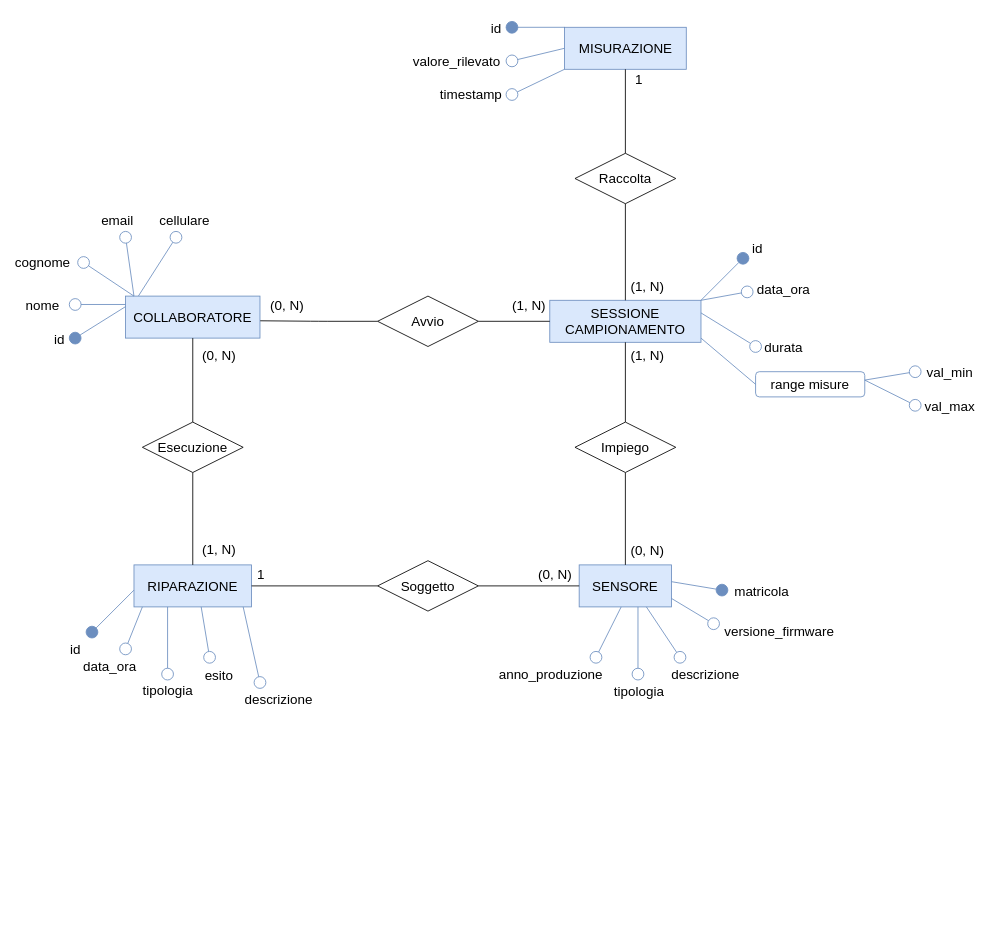
faffolao/ProgettoBD2022 keeps this draw.io diagram as page "Diag. Monitoraggio" (4 of 7) of diagramma-er.drawio. Above is the earlier version. Source tidied: cells renumbered, new cells numbered last; positions are measured from the earlier drawing's top-left corner, leaving out a move shared by most shapes. Both pictures are drawn from the tidied source at 84%, with x=0, y=0 at pixel (75, 27).
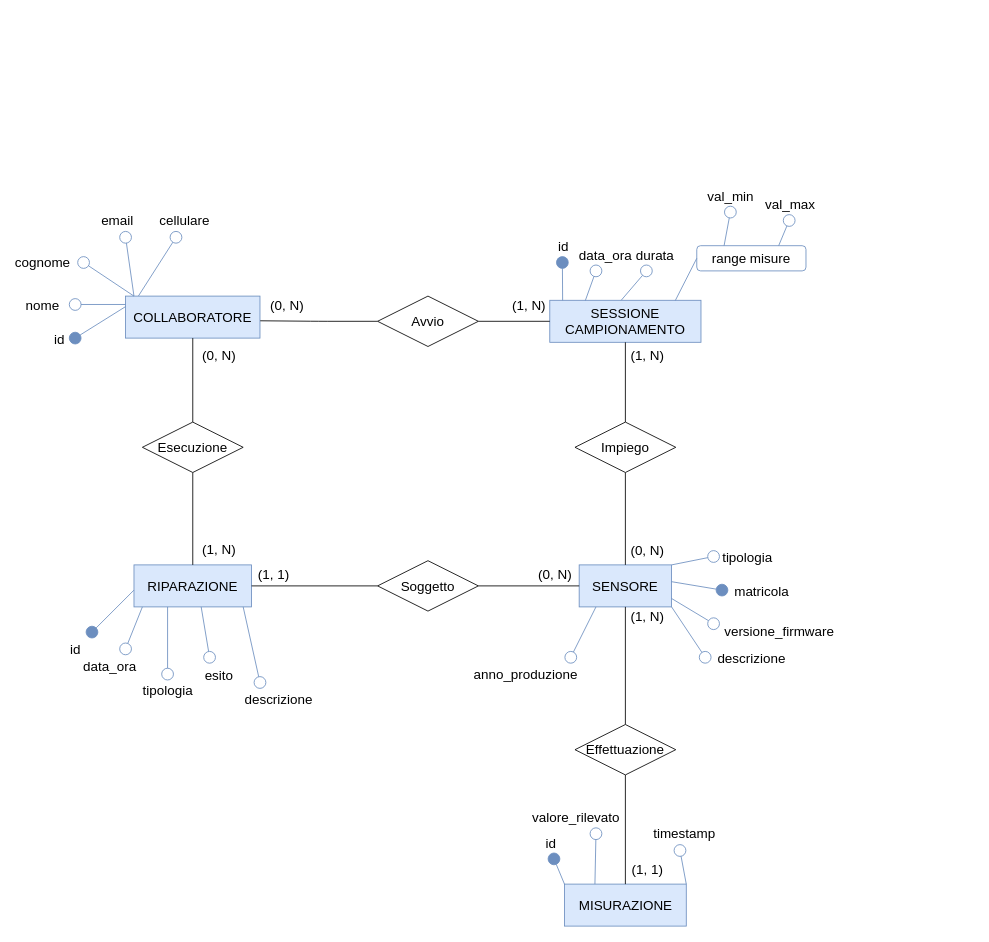
Above is the later version.

The change refers to these unchanged cells:
```xml
<mxCell id="29" value="SENSORE" style="whiteSpace=wrap;html=1;align=center;fontSize=16;fillColor=#dae8fc;strokeColor=#6c8ebf;" parent="1" vertex="1">
  <mxGeometry x="600" y="640" width="110" height="50" as="geometry" />
</mxCell>
<mxCell id="40" style="edgeStyle=orthogonalEdgeStyle;jettySize=auto;html=1;strokeColor=default;strokeWidth=1;fontSize=12;startArrow=none;startFill=0;endArrow=none;endFill=0;startSize=14;endSize=14;" parent="1" edge="1" source="42" target="13">
  <mxGeometry relative="1" as="geometry" />
</mxCell>
<mxCell id="43" value="SESSIONE CAMPIONAMENTO" style="whiteSpace=wrap;html=1;align=center;fontSize=16;fillColor=#dae8fc;strokeColor=#6c8ebf;" parent="1" vertex="1">
  <mxGeometry x="565" y="325" width="180" height="50" as="geometry" />
</mxCell>
```

What changed in the source:
```diff
@@
     <mxCell id="34" style="endArrow=none;html=1;strokeColor=#6c8ebf;strokeWidth=1;fontSize=12;startSize=14;endSize=14;startArrow=oval;startFill=0;fillColor=#dae8fc;" parent="1" edge="1">
       <mxGeometry relative="1" as="geometry">
-        <mxPoint x="720" y="750" as="sourcePoint" />
-        <mxPoint x="680" y="690" as="targetPoint" />
+        <mxPoint x="750" y="750" as="sourcePoint" />
+        <mxPoint x="710" y="690" as="targetPoint" />
       </mxGeometry>
     </mxCell>
     <mxCell id="35" value="descrizione" style="edgeLabel;html=1;align=center;verticalAlign=middle;fontSize=16;" parent="34" vertex="1">
       <mxGeometry x="0.44" y="-1" relative="1" as="geometry">
-        <mxPoint x="58" y="63" as="offset" />
+        <mxPoint x="83" y="44" as="offset" />
       </mxGeometry>
     </mxCell>
-    <mxCell id="36" style="endArrow=none;html=1;strokeColor=#6c8ebf;strokeWidth=1;fontSize=12;startSize=14;endSize=14;startArrow=oval;startFill=0;fillColor=#dae8fc;" parent="1" edge="1">
+    <mxCell id="36" style="endArrow=none;html=1;strokeColor=#6c8ebf;strokeWidth=1;fontSize=12;startSize=14;endSize=14;startArrow=oval;startFill=0;fillColor=#dae8fc;entryX=1;entryY=0;entryDx=0;entryDy=0;" parent="1" edge="1" target="29">
       <mxGeometry relative="1" as="geometry">
-        <mxPoint x="670" y="770" as="sourcePoint" />
-        <mxPoint x="670" y="690" as="targetPoint" />
+        <mxPoint x="760" y="630" as="sourcePoint" />
       </mxGeometry>
     </mxCell>
     <mxCell id="37" value="tipologia" style="edgeLabel;html=1;align=center;verticalAlign=middle;fontSize=16;" parent="36" vertex="1">
       <mxGeometry x="0.65" y="-2" relative="1" as="geometry">
-        <mxPoint x="-2" y="86" as="offset" />
+        <mxPoint x="81" y="-6" as="offset" />
       </mxGeometry>
     </mxCell>
@@
-    <mxCell id="41" value="1" style="edgeLabel;html=1;align=center;verticalAlign=middle;fontSize=16;" parent="40" vertex="1">
+    <mxCell id="41" value="(1, 1)" style="edgeLabel;html=1;align=center;verticalAlign=middle;fontSize=16;" parent="40" vertex="1">
       <mxGeometry x="0.37" y="1" relative="1" as="geometry">
-        <mxPoint x="-37" y="-16" as="offset" />
+        <mxPoint x="-22" y="-16" as="offset" />
       </mxGeometry>
     </mxCell>
@@
-    <mxCell id="49" style="endArrow=oval;html=1;strokeColor=#6c8ebf;strokeWidth=1;fontSize=12;startSize=14;endSize=14;startArrow=none;startFill=0;endFill=1;fillColor=#dae8fc;" parent="1" edge="1">
+    <mxCell id="49" style="endArrow=oval;html=1;strokeColor=#6c8ebf;strokeWidth=1;fontSize=12;startSize=14;endSize=14;startArrow=none;startFill=0;endFill=1;fillColor=#dae8fc;exitX=0.085;exitY=0.003;exitDx=0;exitDy=0;exitPerimeter=0;" parent="1" edge="1" source="43">
       <mxGeometry relative="1" as="geometry">
-        <mxPoint x="745" y="325" as="sourcePoint" />
-        <mxPoint x="795" y="275" as="targetPoint" />
+        <mxPoint x="580" y="280" as="targetPoint" />
       </mxGeometry>
     </mxCell>
     <mxCell id="50" value="id" style="edgeLabel;html=1;align=center;verticalAlign=middle;fontSize=16;" parent="49" vertex="1">
       <mxGeometry x="0.49" y="3" relative="1" as="geometry">
-        <mxPoint x="31" y="-23" as="offset" />
+        <mxPoint x="3" y="-31" as="offset" />
       </mxGeometry>
     </mxCell>
-    <mxCell id="51" style="endArrow=oval;html=1;strokeColor=#6c8ebf;strokeWidth=1;fontSize=12;startSize=14;endSize=14;endFill=0;fillColor=#dae8fc;" parent="1" edge="1">
+    <mxCell id="51" style="endArrow=oval;html=1;strokeColor=#6c8ebf;strokeWidth=1;fontSize=12;startSize=14;endSize=14;endFill=0;fillColor=#dae8fc;exitX=0.235;exitY=0.008;exitDx=0;exitDy=0;exitPerimeter=0;" parent="1" edge="1" source="43">
       <mxGeometry relative="1" as="geometry">
-        <mxPoint x="745" y="325" as="sourcePoint" />
-        <mxPoint x="800" y="315" as="targetPoint" />
+        <mxPoint x="620" y="290" as="targetPoint" />
       </mxGeometry>
     </mxCell>
     <mxCell id="52" value="data_ora" style="edgeLabel;html=1;align=center;verticalAlign=middle;fontSize=16;" parent="51" vertex="1">
       <mxGeometry x="0.55" relative="1" as="geometry">
-        <mxPoint x="55" y="-6" as="offset" />
+        <mxPoint x="13" y="-28" as="offset" />
       </mxGeometry>
     </mxCell>
     <mxCell id="53" style="endArrow=none;html=1;strokeColor=#6c8ebf;strokeWidth=1;fontSize=12;startSize=14;endSize=14;endFill=0;startArrow=oval;startFill=0;fillColor=#dae8fc;" parent="1" edge="1">
       <mxGeometry relative="1" as="geometry">
-        <mxPoint x="810" y="380" as="sourcePoint" />
-        <mxPoint x="745" y="340" as="targetPoint" />
+        <mxPoint x="680" y="290" as="sourcePoint" />
+        <mxPoint x="650" y="325" as="targetPoint" />
       </mxGeometry>
     </mxCell>
     <mxCell id="54" value="durata" style="edgeLabel;html=1;align=center;verticalAlign=middle;fontSize=16;" parent="53" vertex="1">
       <mxGeometry x="-0.3" y="-1" relative="1" as="geometry">
-        <mxPoint x="55" y="16" as="offset" />
+        <mxPoint x="21" y="-31" as="offset" />
       </mxGeometry>
     </mxCell>
     <mxCell id="55" value="range misure" style="rounded=1;whiteSpace=wrap;html=1;fontSize=16;fillColor=none;strokeColor=#6c8ebf;" parent="1" vertex="1">
-      <mxGeometry x="810" y="410" width="130" height="30" as="geometry" />
+      <mxGeometry x="740" y="260" width="130" height="30" as="geometry" />
     </mxCell>
-    <mxCell id="56" style="endArrow=none;html=1;strokeColor=#6c8ebf;strokeWidth=1;fontSize=12;startSize=14;endSize=14;exitX=0;exitY=0.5;exitDx=0;exitDy=0;fillColor=#dae8fc;" parent="1" edge="1" source="55">
-      <mxGeometry relative="1" as="geometry">
-        <mxPoint x="745" y="370" as="targetPoint" />
-      </mxGeometry>
+    <mxCell id="56" style="endArrow=none;html=1;strokeColor=#6c8ebf;strokeWidth=1;fontSize=12;startSize=14;endSize=14;exitX=0;exitY=0.5;exitDx=0;exitDy=0;fillColor=#dae8fc;entryX=0.83;entryY=0.007;entryDx=0;entryDy=0;entryPerimeter=0;" parent="1" edge="1" source="55" target="43">
+      <mxGeometry relative="1" as="geometry" />
     </mxCell>
-    <mxCell id="57" style="endArrow=oval;html=1;strokeColor=#6c8ebf;strokeWidth=1;fontSize=12;startSize=14;endSize=14;endFill=0;fillColor=#dae8fc;" parent="1" edge="1">
+    <mxCell id="57" style="endArrow=oval;html=1;strokeColor=#6c8ebf;strokeWidth=1;fontSize=12;startSize=14;endSize=14;endFill=0;fillColor=#dae8fc;exitX=0.25;exitY=0;exitDx=0;exitDy=0;" parent="1" edge="1" source="55">
       <mxGeometry relative="1" as="geometry">
-        <mxPoint x="940" y="420" as="sourcePoint" />
-        <mxPoint x="1000" y="410" as="targetPoint" />
+        <mxPoint x="780" y="220" as="targetPoint" />
       </mxGeometry>
     </mxCell>
     <mxCell id="58" value="val_min" style="edgeLabel;html=1;align=center;verticalAlign=middle;fontSize=16;" parent="57" vertex="1">
       <mxGeometry x="0.39" y="1" relative="1" as="geometry">
-        <mxPoint x="59" y="-2" as="offset" />
+        <mxPoint x="3" y="-32" as="offset" />
       </mxGeometry>
     </mxCell>
-    <mxCell id="59" style="endArrow=none;html=1;strokeColor=#6c8ebf;strokeWidth=1;fontSize=12;startSize=14;endSize=14;endFill=0;startArrow=oval;startFill=0;fillColor=#dae8fc;" parent="1" edge="1">
+    <mxCell id="59" style="endArrow=none;html=1;strokeColor=#6c8ebf;strokeWidth=1;fontSize=12;startSize=14;endSize=14;endFill=0;startArrow=oval;startFill=0;fillColor=#dae8fc;entryX=0.75;entryY=0;entryDx=0;entryDy=0;" parent="1" edge="1" target="55">
       <mxGeometry relative="1" as="geometry">
-        <mxPoint x="1000" y="450" as="sourcePoint" />
-        <mxPoint x="940" y="420" as="targetPoint" />
+        <mxPoint x="850" y="230" as="sourcePoint" />
       </mxGeometry>
     </mxCell>
     <mxCell id="60" value="val_max" style="edgeLabel;html=1;align=center;verticalAlign=middle;fontSize=16;" parent="59" vertex="1">
       <mxGeometry x="-0.39" relative="1" as="geometry">
-        <mxPoint x="58" y="9" as="offset" />
+        <mxPoint x="4" y="-29" as="offset" />
       </mxGeometry>
     </mxCell>
@@
     <mxCell id="66" value="MISURAZIONE" style="whiteSpace=wrap;html=1;align=center;fontSize=16;fillColor=#dae8fc;strokeColor=#6c8ebf;" parent="1" vertex="1">
-      <mxGeometry x="582.5" width="145" height="50" as="geometry" />
+      <mxGeometry x="582.5" y="1020" width="145" height="50" as="geometry" />
     </mxCell>
-    <mxCell id="67" style="endArrow=none;html=1;strokeColor=#6c8ebf;strokeWidth=1;fontSize=12;startSize=14;endSize=14;endFill=0;startArrow=oval;startFill=1;fillColor=#dae8fc;" parent="1" edge="1">
+    <mxCell id="67" style="endArrow=none;html=1;strokeColor=#6c8ebf;strokeWidth=1;fontSize=12;startSize=14;endSize=14;endFill=0;startArrow=oval;startFill=1;fillColor=#dae8fc;entryX=0;entryY=0;entryDx=0;entryDy=0;" parent="1" edge="1" target="66">
       <mxGeometry relative="1" as="geometry">
-        <mxPoint x="520" as="sourcePoint" />
-        <mxPoint x="582.5" as="targetPoint" />
+        <mxPoint x="570" y="990" as="sourcePoint" />
       </mxGeometry>
     </mxCell>
     <mxCell id="68" value="id" style="edgeLabel;html=1;align=center;verticalAlign=middle;fontSize=16;" parent="67" vertex="1">
       <mxGeometry x="0.4" y="-3" relative="1" as="geometry">
-        <mxPoint x="-64" y="-3" as="offset" />
+        <mxPoint x="-11" y="-42" as="offset" />
       </mxGeometry>
     </mxCell>
-    <mxCell id="69" style="endArrow=none;html=1;strokeColor=#6c8ebf;strokeWidth=1;fontSize=12;startSize=14;endSize=14;startArrow=oval;startFill=0;entryX=0;entryY=0.5;entryDx=0;entryDy=0;fillColor=#dae8fc;" parent="1" edge="1" target="66">
+    <mxCell id="69" style="endArrow=none;html=1;strokeColor=#6c8ebf;strokeWidth=1;fontSize=12;startSize=14;endSize=14;startArrow=oval;startFill=0;entryX=0.25;entryY=0;entryDx=0;entryDy=0;fillColor=#dae8fc;" parent="1" edge="1" target="66">
       <mxGeometry relative="1" as="geometry">
-        <mxPoint x="520" y="40" as="sourcePoint" />
+        <mxPoint x="620" y="960" as="sourcePoint" />
       </mxGeometry>
     </mxCell>
     <mxCell id="70" value="valore_rilevato" style="edgeLabel;html=1;align=center;verticalAlign=middle;fontSize=16;" parent="69" vertex="1">
       <mxGeometry x="0.55" relative="1" as="geometry">
-        <mxPoint x="-115" y="12" as="offset" />
+        <mxPoint x="-24" y="-66" as="offset" />
       </mxGeometry>
     </mxCell>
-    <mxCell id="71" style="endArrow=none;html=1;strokeColor=#6c8ebf;strokeWidth=1;fontSize=12;startSize=14;endSize=14;startArrow=oval;startFill=0;fillColor=#dae8fc;" parent="1" edge="1">
+    <mxCell id="71" style="endArrow=none;html=1;strokeColor=#6c8ebf;strokeWidth=1;fontSize=12;startSize=14;endSize=14;startArrow=oval;startFill=0;fillColor=#dae8fc;entryX=1;entryY=0;entryDx=0;entryDy=0;" parent="1" edge="1" target="66">
       <mxGeometry relative="1" as="geometry">
-        <mxPoint x="520" y="80" as="sourcePoint" />
-        <mxPoint x="582.5" y="50" as="targetPoint" />
+        <mxPoint x="720" y="980" as="sourcePoint" />
       </mxGeometry>
     </mxCell>
     <mxCell id="72" value="timestamp" style="edgeLabel;html=1;align=center;verticalAlign=middle;fontSize=16;" parent="71" vertex="1">
       <mxGeometry x="-0.44" y="-1" relative="1" as="geometry">
-        <mxPoint x="-67" y="7" as="offset" />
+        <mxPoint x="3" y="-31" as="offset" />
       </mxGeometry>
     </mxCell>
-    <mxCell id="73" style="edgeStyle=orthogonalEdgeStyle;jettySize=auto;html=1;strokeColor=default;strokeWidth=1;fontSize=12;startArrow=none;startFill=0;endArrow=none;endFill=0;startSize=14;endSize=14;" parent="1" edge="1" source="77" target="66">
-      <mxGeometry relative="1" as="geometry" />
-    </mxCell>
-    <mxCell id="74" value="1" style="edgeLabel;html=1;align=center;verticalAlign=middle;fontSize=16;" parent="73" vertex="1">
-      <mxGeometry x="0.77" y="2" relative="1" as="geometry">
-        <mxPoint x="17" as="offset" />
-      </mxGeometry>
-    </mxCell>
-    <mxCell id="75" style="edgeStyle=orthogonalEdgeStyle;jettySize=auto;html=1;strokeColor=default;strokeWidth=1;fontSize=12;startArrow=none;startFill=0;endArrow=none;endFill=0;startSize=14;endSize=14;" parent="1" edge="1" source="77" target="43">
-      <mxGeometry relative="1" as="geometry" />
-    </mxCell>
-    <mxCell id="76" value="(1, N)" style="edgeLabel;html=1;align=center;verticalAlign=middle;fontSize=16;" parent="75" vertex="1">
-      <mxGeometry x="0.71" y="-2" relative="1" as="geometry">
-        <mxPoint x="27" as="offset" />
-      </mxGeometry>
-    </mxCell>
-    <mxCell id="77" value="Raccolta" style="shape=rhombus;perimeter=rhombusPerimeter;whiteSpace=wrap;html=1;align=center;fontSize=16;fillColor=none;" parent="1" vertex="1">
-      <mxGeometry x="595" y="150" width="120" height="60" as="geometry" />
-    </mxCell>
     <mxCell id="78" style="endArrow=none;html=1;strokeColor=#6c8ebf;strokeWidth=1;fontSize=12;startSize=14;endSize=14;startArrow=oval;startFill=0;fillColor=#dae8fc;" parent="1" edge="1">
       <mxGeometry relative="1" as="geometry">
-        <mxPoint x="620" y="750" as="sourcePoint" />
-        <mxPoint x="650" y="690" as="targetPoint" />
+        <mxPoint x="590" y="750" as="sourcePoint" />
+        <mxPoint x="620" y="690" as="targetPoint" />
       </mxGeometry>
     </mxCell>
@@
+    <mxCell id="80" style="edgeStyle=orthogonalEdgeStyle;rounded=0;jettySize=auto;html=1;endArrow=none;endFill=0;" parent="1" edge="1" source="83" target="29">
+      <mxGeometry relative="1" as="geometry" />
+    </mxCell>
+    <mxCell id="76" value="(1, N)" style="edgeLabel;html=1;align=center;verticalAlign=middle;fontSize=16;" parent="80" vertex="1">
+      <mxGeometry x="0.86" y="-2" relative="1" as="geometry">
+        <mxPoint x="23" as="offset" />
+      </mxGeometry>
+    </mxCell>
+    <mxCell id="81" style="edgeStyle=orthogonalEdgeStyle;rounded=0;jettySize=auto;html=1;endArrow=none;endFill=0;" parent="1" edge="1" source="83" target="66">
+      <mxGeometry relative="1" as="geometry" />
+    </mxCell>
+    <mxCell id="82" value="(1, 1)" style="edgeLabel;html=1;align=center;verticalAlign=middle;fontSize=16;" parent="81" vertex="1">
+      <mxGeometry x="0.73" y="1" relative="1" as="geometry">
+        <mxPoint x="24" as="offset" />
+      </mxGeometry>
+    </mxCell>
+    <mxCell id="83" value="Effettuazione" style="shape=rhombus;perimeter=rhombusPerimeter;whiteSpace=wrap;html=1;align=center;fontSize=16;" parent="1" vertex="1">
+      <mxGeometry x="595" y="830" width="120" height="60" as="geometry" />
+    </mxCell>
```
